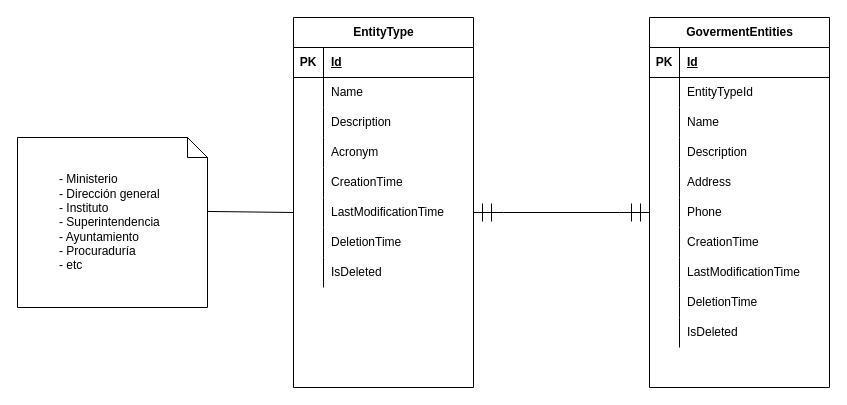
Above: ER.drawio in wilkinvasquez/state-hub-api (draw.io), before the change. Source tidied: cells renumbered, new cells numbered last; positions are measured from the earlier drawing's top-left corner, leaving out a move shared by most shapes. Both pictures are drawn from the tidied source at 100%, with x=0, y=0 at pixel (17, 17).
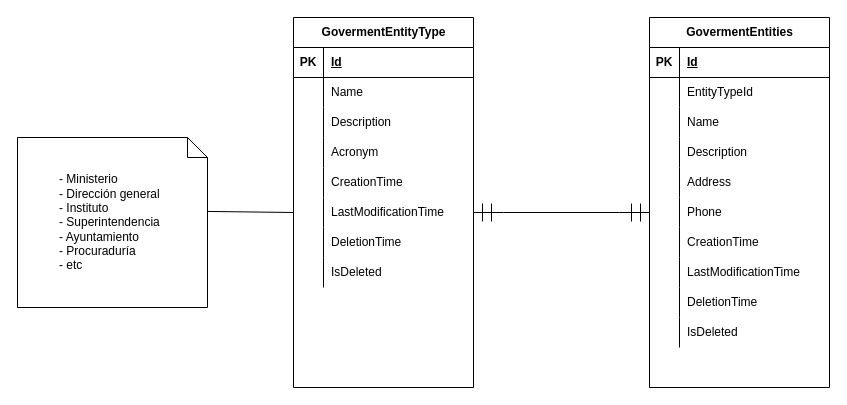
After the change.

The edit, as a diff of the source:
```diff
@@
-    <mxCell id="33" value="EntityType" style="shape=table;startSize=30;childLayout=tableLayout;rowLines=0;fontStyle=1;align=center;html=1;" parent="1" vertex="1">
+    <mxCell id="33" value="GovermentEntityType" style="shape=table;startSize=30;childLayout=tableLayout;rowLines=0;fontStyle=1;align=center;html=1;" parent="1" vertex="1">
       <mxGeometry x="276" width="180" height="370" as="geometry" />
     </mxCell>
```
